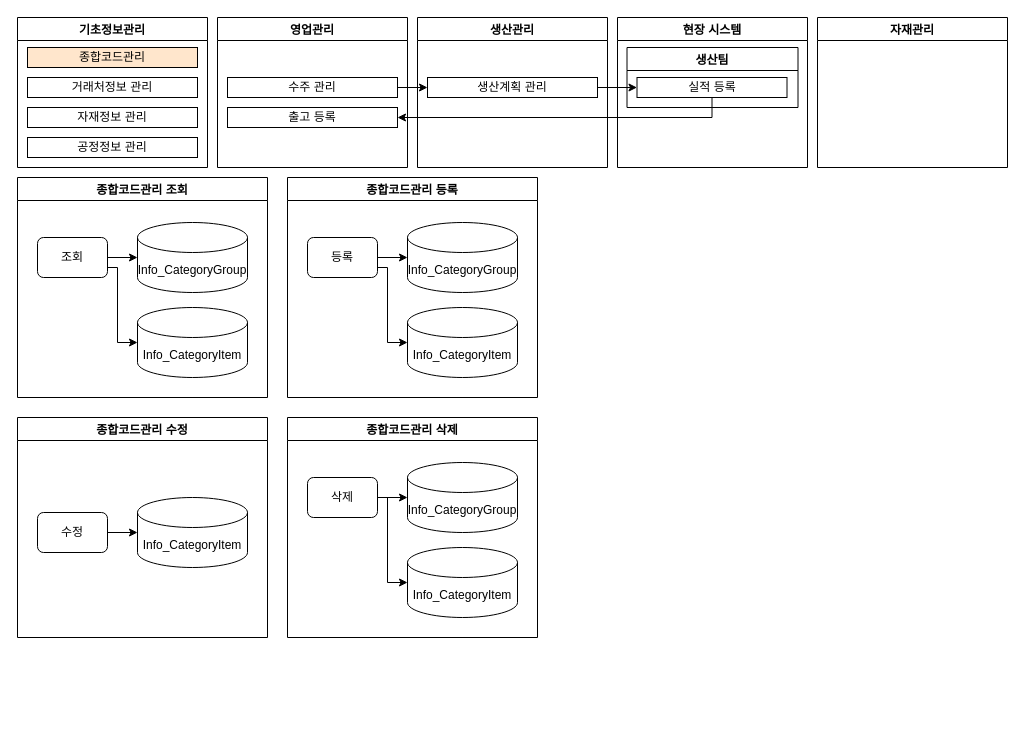
QYnote/MES keeps this draw.io diagram as page "종합코드관리" (1 of 18) of 00. 설계/모듈 설계.drawio. Above is the earlier version. Source tidied: cells renumbered, new cells numbered last; positions are measured from the earlier drawing's top-left corner, leaving out a move shared by most shapes. Both pictures are drawn from the tidied source at 100%, with x=0, y=0 at pixel (17, 17).
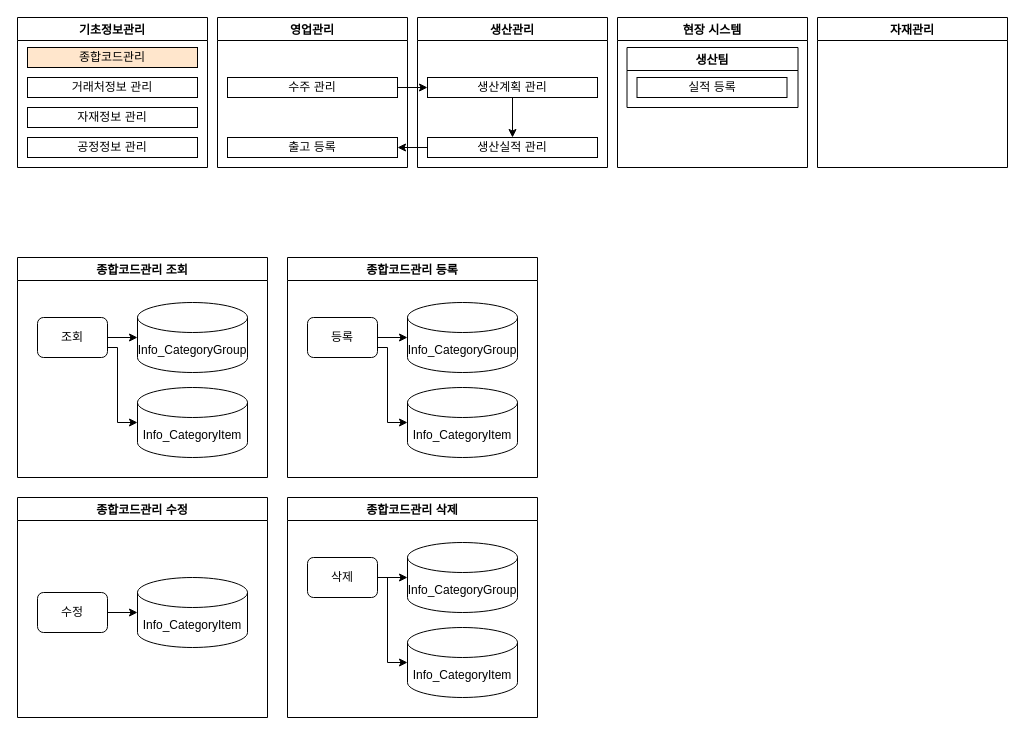
Above is the later version.

The change refers to these unchanged cells:
```xml
<mxCell id="2" value="영업관리" style="swimlane;" parent="1" vertex="1">
  <mxGeometry x="200" width="190" height="150" as="geometry" />
</mxCell>
<mxCell id="5" value="생산관리" style="swimlane;" parent="1" vertex="1">
  <mxGeometry x="400" width="190" height="150" as="geometry" />
</mxCell>
<mxCell id="6" value="생산계획 관리" style="rounded=0;whiteSpace=wrap;html=1;fillColor=#FFFFFF;" parent="5" vertex="1">
  <mxGeometry x="10" y="60" width="170" height="20" as="geometry" />
</mxCell>
<mxCell id="9" value="실적 등록" style="rounded=0;whiteSpace=wrap;html=1;fillColor=#FFFFFF;" parent="8" vertex="1">
  <mxGeometry x="10" y="30" width="150" height="20" as="geometry" />
</mxCell>
```

Diff of the diagram source:
```diff
@@
     <mxCell id="4" value="출고 등록" style="rounded=0;whiteSpace=wrap;html=1;" parent="2" vertex="1">
-      <mxGeometry x="10" y="90" width="170" height="20" as="geometry" />
+      <mxGeometry x="10" y="120" width="170" height="20" as="geometry" />
     </mxCell>
@@
+    <mxCell id="41" value="생산실적 관리" style="rounded=0;whiteSpace=wrap;html=1;fillColor=#FFFFFF;" parent="5" vertex="1">
+      <mxGeometry x="10" y="120" width="170" height="20" as="geometry" />
+    </mxCell>
+    <mxCell id="12" style="edgeStyle=orthogonalEdgeStyle;rounded=0;jettySize=auto;html=1;" parent="5" edge="1" source="6" target="41">
+      <mxGeometry relative="1" as="geometry" />
+    </mxCell>
@@
-    <mxCell id="12" style="edgeStyle=orthogonalEdgeStyle;rounded=0;jettySize=auto;html=1;" parent="1" edge="1" source="6" target="9">
-      <mxGeometry relative="1" as="geometry" />
-    </mxCell>
-    <mxCell id="13" style="edgeStyle=orthogonalEdgeStyle;rounded=0;jettySize=auto;html=1;" parent="1" edge="1" source="9" target="4">
-      <mxGeometry relative="1" as="geometry">
-        <Array as="points">
-          <mxPoint x="695" y="100" />
-        </Array>
-      </mxGeometry>
-    </mxCell>
     <mxCell id="14" value="종합코드관리 조회" style="swimlane;fillColor=#FFFFFF;" parent="1" vertex="1">
-      <mxGeometry y="160" width="250" height="220" as="geometry" />
+      <mxGeometry y="240" width="250" height="220" as="geometry" />
     </mxCell>
@@
     <mxCell id="20" value="종합코드관리 등록" style="swimlane;fillColor=#FFFFFF;" parent="1" vertex="1">
-      <mxGeometry x="270" y="160" width="250" height="220" as="geometry" />
+      <mxGeometry x="270" y="240" width="250" height="220" as="geometry" />
     </mxCell>
@@
     <mxCell id="26" value="종합코드관리 수정" style="swimlane;fillColor=#FFFFFF;" parent="1" vertex="1">
-      <mxGeometry y="400" width="250" height="220" as="geometry" />
+      <mxGeometry y="480" width="250" height="220" as="geometry" />
     </mxCell>
@@
     <mxCell id="30" value="종합코드관리 삭제" style="swimlane;fillColor=#FFFFFF;" parent="1" vertex="1">
-      <mxGeometry x="270" y="400" width="250" height="220" as="geometry" />
+      <mxGeometry x="270" y="480" width="250" height="220" as="geometry" />
     </mxCell>
@@
+    <mxCell id="42" style="edgeStyle=orthogonalEdgeStyle;rounded=0;jettySize=auto;html=1;" parent="1" edge="1" source="41" target="4">
+      <mxGeometry relative="1" as="geometry" />
+    </mxCell>
```
